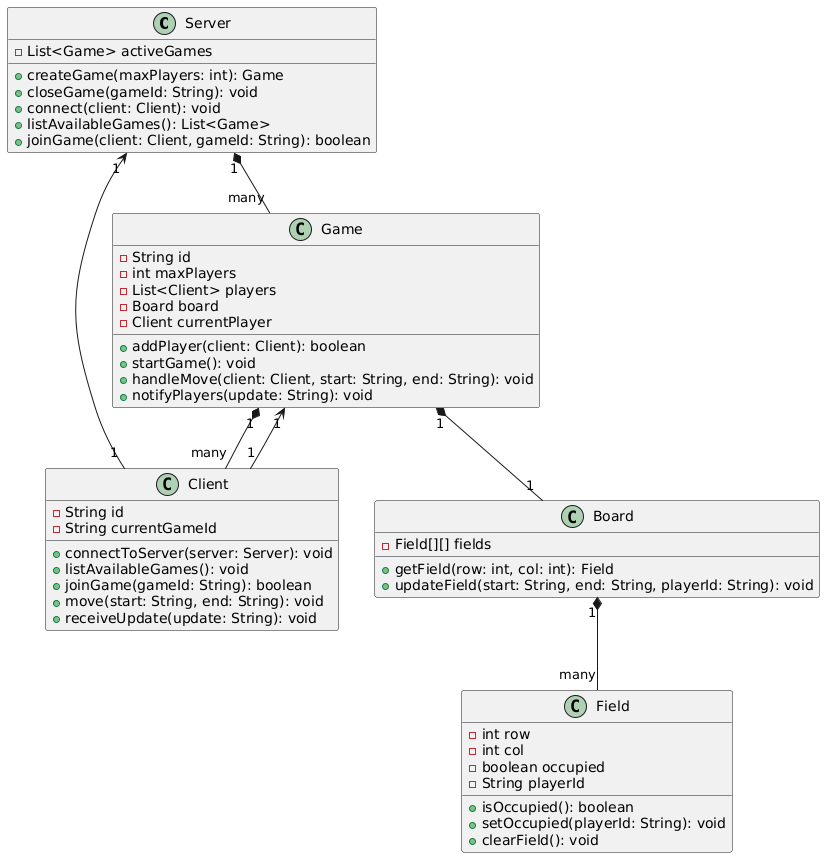
Above: diagram_klas.png in MichalLonski/Trylma (PlantUML), before the change.
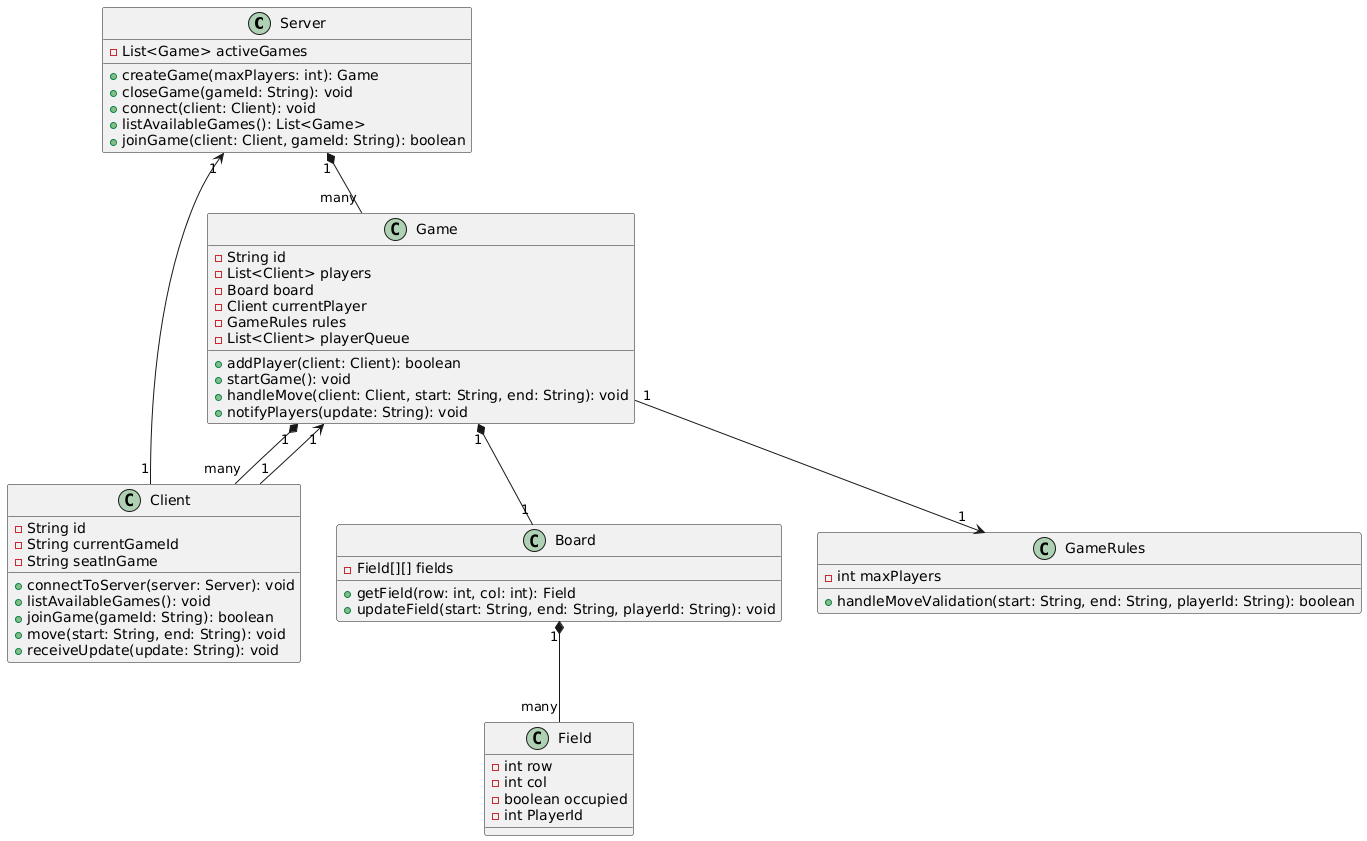
The same file after the commit.

Diff of the diagram source:
```diff
@@ -11,6 +11,7 @@
 class Client {
     - String id
     - String currentGameId
+    - String seatInGame
     + connectToServer(server: Server): void
     + listAvailableGames(): void
     + joinGame(gameId: String): boolean
@@ -20,10 +21,11 @@
 
 class Game {
     - String id
-    - int maxPlayers
     - List<Client> players
     - Board board
     - Client currentPlayer
+    - GameRules rules
+    - List<Client> playerQueue
     + addPlayer(client: Client): boolean
     + startGame(): void
     + handleMove(client: Client, start: String, end: String): void
@@ -40,10 +42,12 @@
     - int row
     - int col
     - boolean occupied
-    - String playerId
-    + isOccupied(): boolean
-    + setOccupied(playerId: String): void
-    + clearField(): void
+    - int PlayerId
+}
+
+class GameRules {
+    - int maxPlayers
+    + handleMoveValidation(start: String, end: String, playerId: String): boolean
 }
 
 Server "1" *-- "many" Game
@@ -52,4 +56,5 @@
 Board "1" *-- "many" Field
 Client "1" --> "1" Server
 Client "1" --> "1" Game
+Game "1" --> "1" GameRules
 @enduml
```
